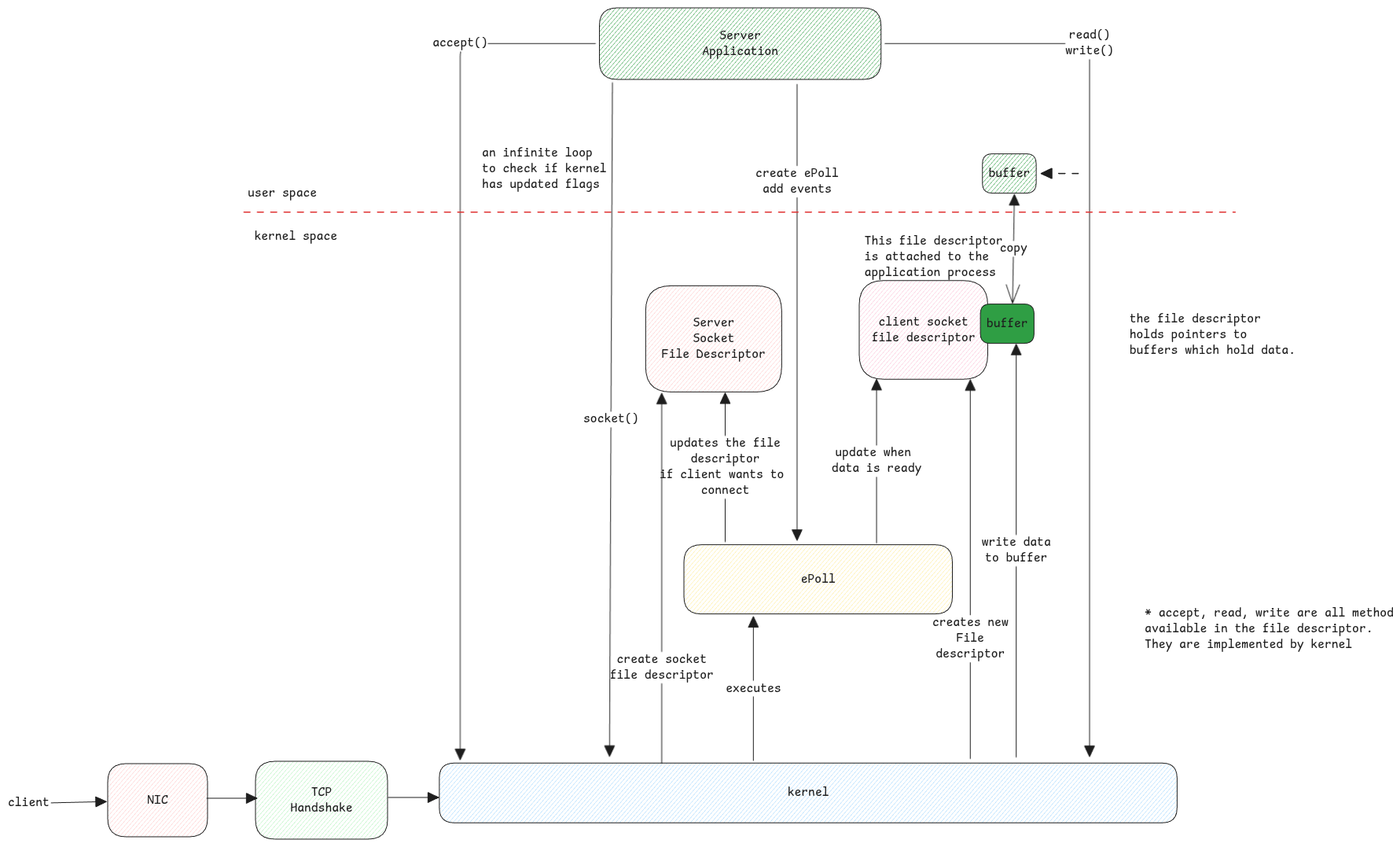
Above: static/img/sockets-multithread.excalidraw.png in swaroopar/inprogress-engineer (Excalidraw), before the change. Source tidied: one line per element, renumbered; positions are measured from the earlier drawing's top-left corner, leaving out a move shared by most shapes.
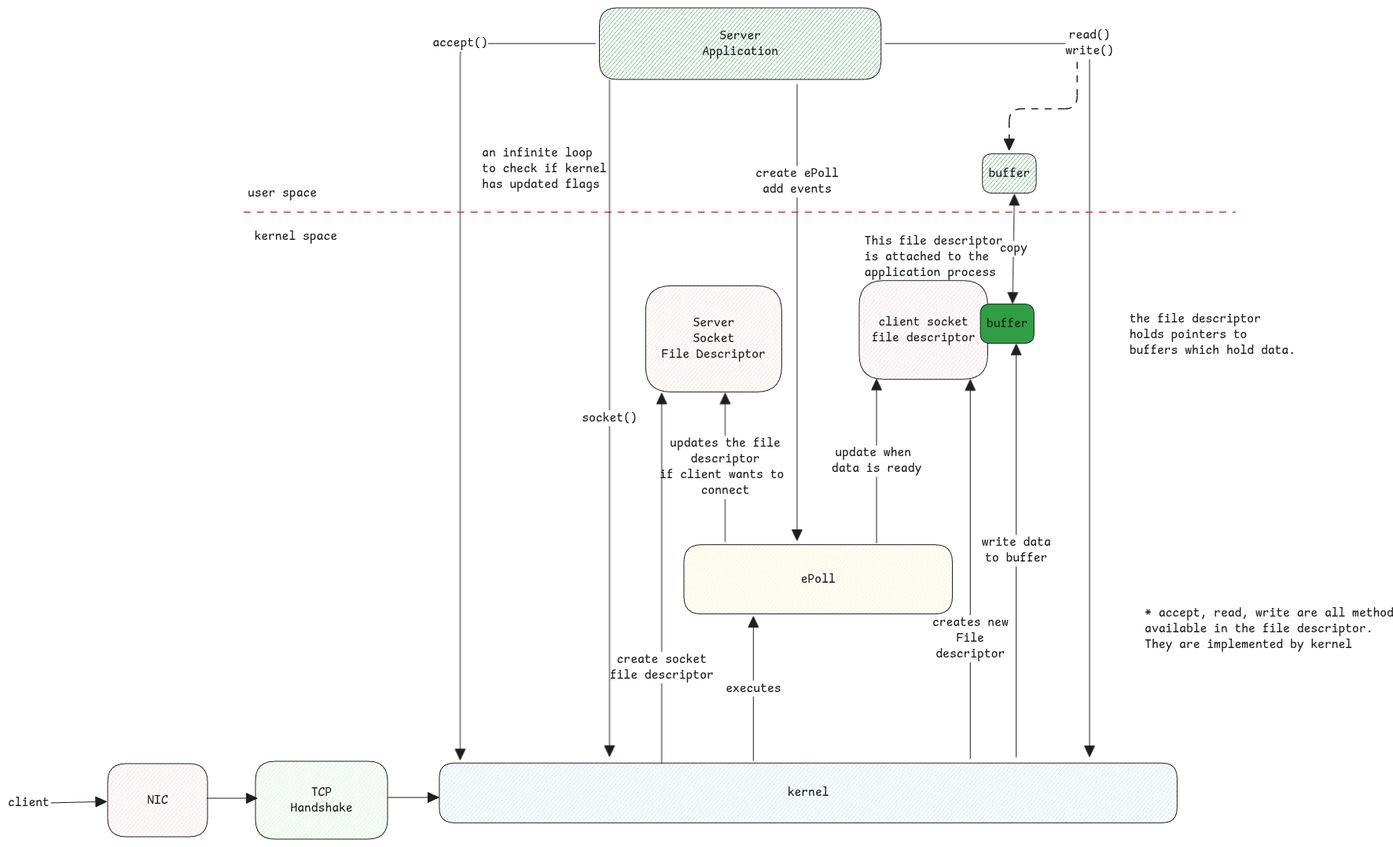
The same file after the commit.

Diff of the diagram source:
```diff
@@ -6,7 +6,7 @@
 {"id": 5, "type": "text", "text": "NIC", "strokeColor": "#1e1e1e", "strokeWidth": 1, "roughness": 0, "fontSize": 16, "fontFamily": 8, "textAlign": "center", "verticalAlign": "middle", "inside": 4, "x": 177, "y": 998, "width": 26, "height": 20}
 {"id": 6, "type": "rectangle", "strokeColor": "#1e1e1e", "backgroundColor": "#ffec99", "fillStyle": "hachure", "strokeWidth": 1, "roughness": 0, "round": true, "x": 860, "y": 683, "width": 342, "height": 88}
 {"id": 7, "type": "text", "text": "ePoll", "strokeColor": "#1e1e1e", "strokeWidth": 1, "roughness": 0, "fontSize": 16, "fontFamily": 8, "textAlign": "center", "verticalAlign": "middle", "inside": 6, "x": 1009, "y": 717, "width": 44, "height": 20}
-{"id": 8, "type": "arrow", "strokeColor": "#1e1e1e", "strokeWidth": 1, "roughness": 0, "endArrowhead": "triangle", "round": true, "to": 0, "x": 912, "y": 679, "width": 0, "height": 190, "points": [[0, 0], [0, -190]]}
+{"id": 8, "type": "arrow", "strokeColor": "#1e1e1e", "strokeWidth": 1, "roughness": 0, "endArrowhead": "triangle", "from": 6, "x": 912, "y": 679, "width": 0, "height": 189, "points": [[0, 0], [0, -189]]}
 {"id": 9, "type": "text", "text": "updates the file\ndescriptor\nif client wants to \nconnect", "strokeColor": "#1e1e1e", "strokeWidth": 1, "roughness": 0, "fontSize": 16, "fontFamily": 8, "textAlign": "center", "verticalAlign": "middle", "inside": 8, "x": 829, "y": 544, "width": 167, "height": 80}
 {"id": 10, "type": "rectangle", "strokeColor": "#1e1e1e", "backgroundColor": "#a5d8ff", "fillStyle": "hachure", "strokeWidth": 1, "roughness": 0, "round": true, "x": 549, "y": 960, "width": 938, "height": 76}
 {"id": 11, "type": "text", "text": "kernel", "strokeColor": "#1e1e1e", "strokeWidth": 1, "roughness": 0, "fontSize": 16, "fontFamily": 8, "textAlign": "center", "verticalAlign": "middle", "inside": 10, "x": 992, "y": 988, "width": 53, "height": 20}
@@ -32,7 +32,7 @@
 {"id": 31, "type": "text", "text": "client", "strokeColor": "#1e1e1e", "backgroundColor": "#2f9e44", "fillStyle": "hachure", "strokeWidth": 1, "roughness": 0, "fontSize": 16, "fontFamily": 8, "x": 0, "y": 1000, "width": 41, "height": 20}
 {"id": 32, "type": "text", "text": "* accept, read, write are all methods \navailable in the file descriptor. \nThey are implemented by kernel", "strokeColor": "#1e1e1e", "backgroundColor": "#2f9e44", "fillStyle": "hachure", "strokeWidth": 1, "roughness": 0, "fontSize": 16, "fontFamily": 8, "x": 1446, "y": 760, "width": 306, "height": 60}
 {"id": 33, "type": "line", "strokeColor": "#e03131", "backgroundColor": "#2f9e44", "fillStyle": "hachure", "strokeWidth": 1, "strokeStyle": "dashed", "roughness": 0, "endArrowhead": "triangle", "round": true, "x": 300, "y": 260, "width": 1261, "height": 0, "points": [[0, 0], [1261, 0]]}
-{"id": 34, "type": "arrow", "strokeColor": "#1e1e1e", "backgroundColor": "#2f9e44", "fillStyle": "hachure", "strokeWidth": 1, "roughness": 0, "endArrowhead": "triangle", "round": true, "from": 12, "to": 10, "x": 769, "y": 95, "width": 4, "height": 857, "points": [[0, 0], [-4, 857]]}
+{"id": 34, "type": "arrow", "strokeColor": "#1e1e1e", "backgroundColor": "#2f9e44", "fillStyle": "hachure", "strokeWidth": 1, "roughness": 0, "endArrowhead": "triangle", "to": 10, "x": 765, "y": 91, "width": 0, "height": 861, "points": [[0, 0], [0, 861]]}
 {"id": 35, "type": "text", "text": "socket()", "strokeColor": "#1e1e1e", "backgroundColor": "#2f9e44", "fillStyle": "hachure", "strokeWidth": 1, "roughness": 0, "fontSize": 16, "fontFamily": 8, "textAlign": "center", "verticalAlign": "middle", "inside": 34, "x": 732, "y": 513, "width": 70, "height": 20}
 {"id": 36, "type": "arrow", "strokeColor": "#1e1e1e", "backgroundColor": "#2f9e44", "fillStyle": "hachure", "strokeWidth": 1, "roughness": 0, "endArrowhead": "triangle", "round": true, "from": 6, "x": 1105, "y": 681, "width": 0, "height": 208, "points": [[0, 0], [0, -208]]}
 {"id": 37, "type": "text", "text": "update when \ndata is ready", "strokeColor": "#1e1e1e", "backgroundColor": "#2f9e44", "fillStyle": "hachure", "strokeWidth": 1, "roughness": 0, "fontSize": 16, "fontFamily": 8, "textAlign": "center", "verticalAlign": "middle", "inside": 36, "x": 1048, "y": 556, "width": 114, "height": 40}
@@ -45,8 +45,8 @@
 {"id": 44, "type": "text", "text": "the file descriptor \nholds pointers to \nbuffers which hold data.", "strokeColor": "#1e1e1e", "backgroundColor": "#2f9e44", "fillStyle": "hachure", "strokeWidth": 1, "roughness": 0, "fontSize": 16, "fontFamily": 8, "x": 1427, "y": 386, "width": 192, "height": 60}
 {"id": 45, "type": "rectangle", "strokeColor": "#1e1e1e", "backgroundColor": "#2f9e44", "fillStyle": "hachure", "strokeWidth": 1, "roughness": 0, "round": true, "x": 1240, "y": 186, "width": 68, "height": 50}
 {"id": 46, "type": "text", "text": "buffer", "strokeColor": "#1e1e1e", "backgroundColor": "#2f9e44", "fillStyle": "hachure", "strokeWidth": 1, "roughness": 0, "fontSize": 16, "fontFamily": 8, "textAlign": "center", "verticalAlign": "middle", "inside": 45, "x": 1247, "y": 201, "width": 53, "height": 20}
-{"id": 47, "type": "arrow", "strokeColor": "#1e1e1e", "backgroundColor": "#2f9e44", "fillStyle": "hachure", "strokeWidth": 1, "roughness": 0, "startArrowhead": "arrow", "endArrowhead": "triangle", "round": true, "from": 50, "to": 45, "x": 1278, "y": 376, "width": 2, "height": 138, "points": [[0, 0], [2, -138]]}
+{"id": 47, "type": "arrow", "strokeColor": "#1e1e1e", "backgroundColor": "#2f9e44", "fillStyle": "hachure", "strokeWidth": 1, "roughness": 0, "startArrowhead": "triangle", "endArrowhead": "triangle", "round": true, "from": 50, "to": 45, "x": 1278, "y": 376, "width": 2, "height": 138, "points": [[0, 0], [2, -138]]}
 {"id": 48, "type": "text", "text": "copy", "strokeColor": "#1e1e1e", "backgroundColor": "#2f9e44", "fillStyle": "hachure", "strokeWidth": 1, "strokeStyle": "dashed", "roughness": 0, "fontSize": 16, "fontFamily": 8, "textAlign": "center", "verticalAlign": "middle", "inside": 47, "x": 1262, "y": 296, "width": 35, "height": 20}
-{"id": 49, "type": "arrow", "strokeColor": "#1e1e1e", "backgroundColor": "#2f9e44", "fillStyle": "hachure", "strokeWidth": 1, "strokeStyle": "dashed", "roughness": 0, "endArrowhead": "triangle", "round": true, "to": 45, "x": 1362, "y": 211, "width": 47, "height": 0, "points": [[0, 0], [-47, 0]]}
+{"id": 49, "type": "arrow", "strokeColor": "#1e1e1e", "backgroundColor": "#2f9e44", "fillStyle": "hachure", "strokeWidth": 1, "strokeStyle": "dashed", "roughness": 0, "endArrowhead": "triangle", "to": 45, "x": 1360, "y": 69, "width": 87, "height": 111, "points": [[0, 0], [0, 59], [-87, 59], [-87, 111]]}
 {"id": 50, "type": "rectangle", "strokeColor": "#1e1e1e", "backgroundColor": "#2f9e44", "fillStyle": "solid", "strokeWidth": 1, "roughness": 0, "round": true, "x": 1237, "y": 377, "width": 68, "height": 50}
 {"id": 51, "type": "text", "text": "buffer", "strokeColor": "#1e1e1e", "backgroundColor": "#2f9e44", "fillStyle": "hachure", "strokeWidth": 1, "roughness": 0, "fontSize": 16, "fontFamily": 8, "textAlign": "center", "verticalAlign": "middle", "inside": 50, "x": 1245, "y": 392, "width": 53, "height": 20}
```
